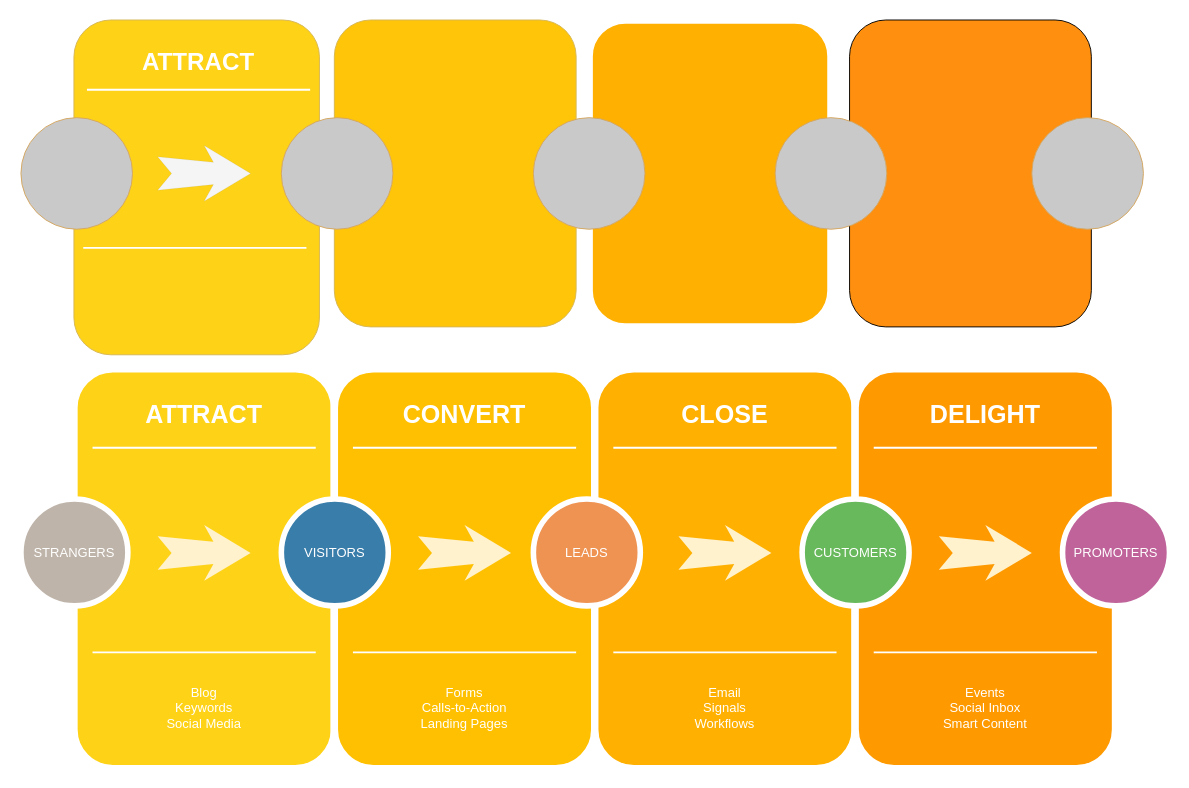
Before: Untitled Diagram.drawio in sosukebrause/Bess-Demo, a draw.io diagram. Source tidied: cells renumbered, new cells numbered last; positions are measured from the earlier drawing's top-left corner, leaving out a move shared by most shapes. Both pictures are drawn from the tidied source at 93%, with x=0, y=0 at pixel (20, 20).
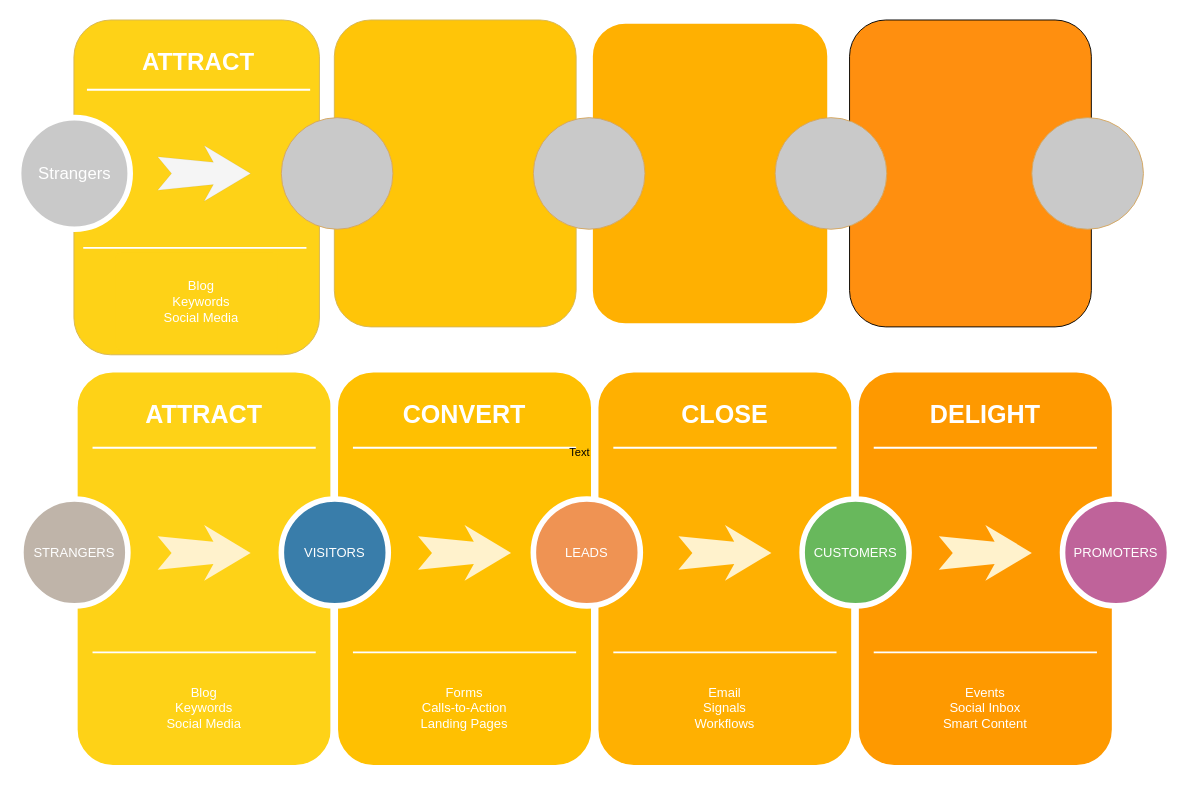
Above is the later version.

The edit, as a diff of the source:
```diff
@@
-    <mxCell id="35" style="ellipse;whiteSpace=wrap;html=1;strokeColor=#D6A65E;fillColor=#C9C9C9;gradientColor=none;" parent="1" vertex="1">
-      <mxGeometry y="105" width="120" height="120" as="geometry" />
-    </mxCell>
@@
+    <mxCell id="44" value="Text" style="text;html=1;strokeColor=none;fillColor=none;align=center;verticalAlign=middle;whiteSpace=wrap;rounded=0;labelBackgroundColor=none;fontFamily=Helvetica;fontSize=12;fontColor=default;" parent="1" vertex="1">
+      <mxGeometry x="571" y="450" width="60" height="30" as="geometry" />
+    </mxCell>
+    <mxCell id="45" value="Blog&lt;br&gt;Keywords&lt;br&gt;&lt;div style=&quot;&quot;&gt;&lt;span&gt;Social Media&lt;/span&gt;&lt;/div&gt;" style="html=1;shadow=0;dashed=0;shape=mxgraph.bootstrap.rrect;rSize=5;strokeColor=none;strokeWidth=1;fillColor=#FED217;fontColor=#FFFFFF;whiteSpace=wrap;align=center;verticalAlign=middle;spacingLeft=10;fontSize=14;spacing=10;rounded=1;labelBackgroundColor=none;fontFamily=Helvetica;" parent="1" vertex="1">
+      <mxGeometry x="102" y="250" width="174" height="105" as="geometry" />
+    </mxCell>
+    <mxCell id="46" value="Strangers" style="ellipse;whiteSpace=wrap;html=1;strokeColor=#FFFFFF;fillColor=#C9C9C9;gradientColor=none;strokeWidth=6;fontSize=18;fontColor=#FFFFFF;" parent="1" vertex="1">
+      <mxGeometry x="-2.5" y="105" width="120" height="120" as="geometry" />
+    </mxCell>
```
